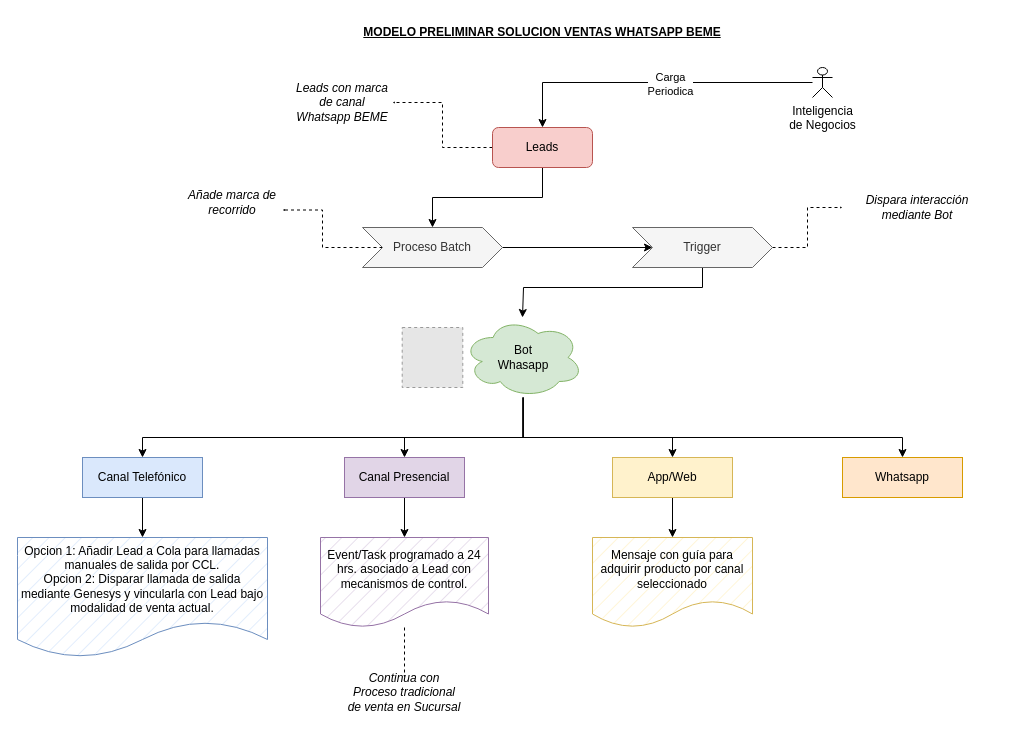
This is Modelo Venta BEME Whatsapp.drawio from nonate/personalProject, a draw.io file, before an edit. Source tidied: cells renumbered, new cells numbered last; positions are measured from the earlier drawing's top-left corner, leaving out a move shared by most shapes. Both pictures are drawn from the tidied source at 100%, with x=0, y=0 at pixel (17, 17). Pictures stored in the file or linked from it are replaced by grey dashed boxes.
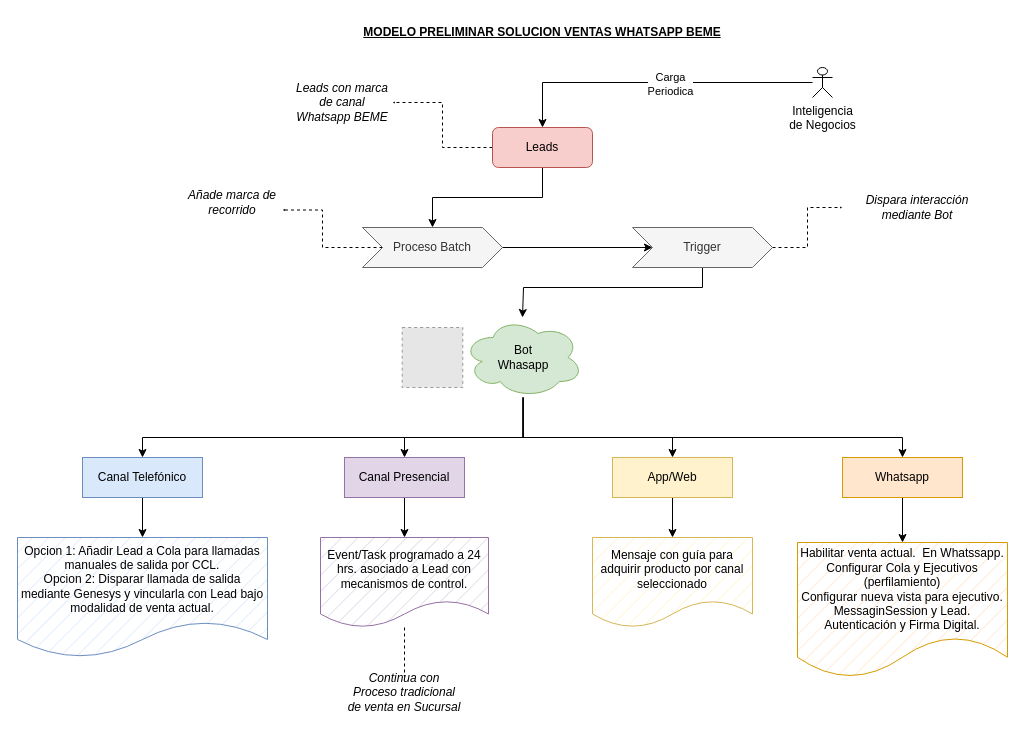
Above is the later version.

The change refers to these unchanged cells:
```xml
<mxCell id="31" value="Whatsapp" style="whiteSpace=wrap;html=1;fillColor=#ffe6cc;strokeColor=#d79b00;" parent="1" vertex="1">
  <mxGeometry x="825" y="440" width="120" height="40" as="geometry" />
</mxCell>
```

Diff of the diagram source:
```diff
@@
+    <mxCell id="37" style="edgeStyle=orthogonalEdgeStyle;rounded=0;jettySize=auto;html=1;" parent="1" edge="1" source="31" target="38">
+      <mxGeometry relative="1" as="geometry" />
+    </mxCell>
@@
+    <mxCell id="38" value="Habilitar venta actual.&amp;nbsp; En Whatssapp.&lt;br&gt;Configurar Cola y Ejecutivos (perfilamiento)&lt;br&gt;Configurar nueva vista para ejecutivo. MessaginSession y Lead.&lt;br&gt;Autenticación y Firma Digital." style="shape=document;whiteSpace=wrap;html=1;boundedLbl=1;fillColor=#ffe6cc;strokeColor=#d79b00;fillStyle=hatch;" parent="1" vertex="1">
+      <mxGeometry x="780" y="525" width="210" height="135" as="geometry" />
+    </mxCell>
```
